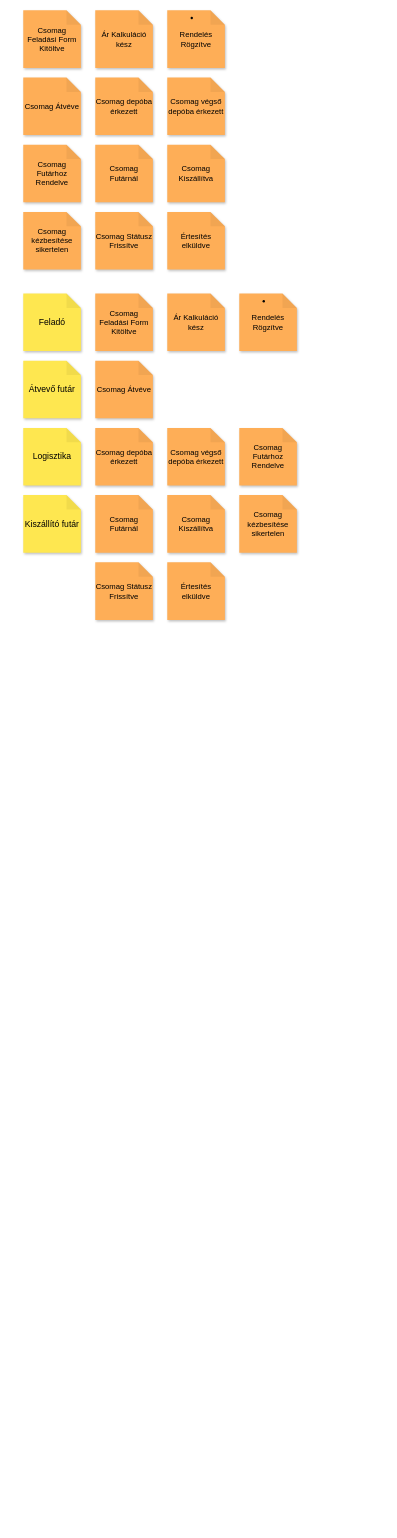
Above: EventStorming.drawio in mackmarton/micro-futar (draw.io), before the change. Source tidied: cells renumbered, new cells numbered last; positions are measured from the earlier drawing's top-left corner, leaving out a move shared by most shapes. Both pictures are drawn from the tidied source at 48%, with x=0, y=0 at pixel (23, 10).
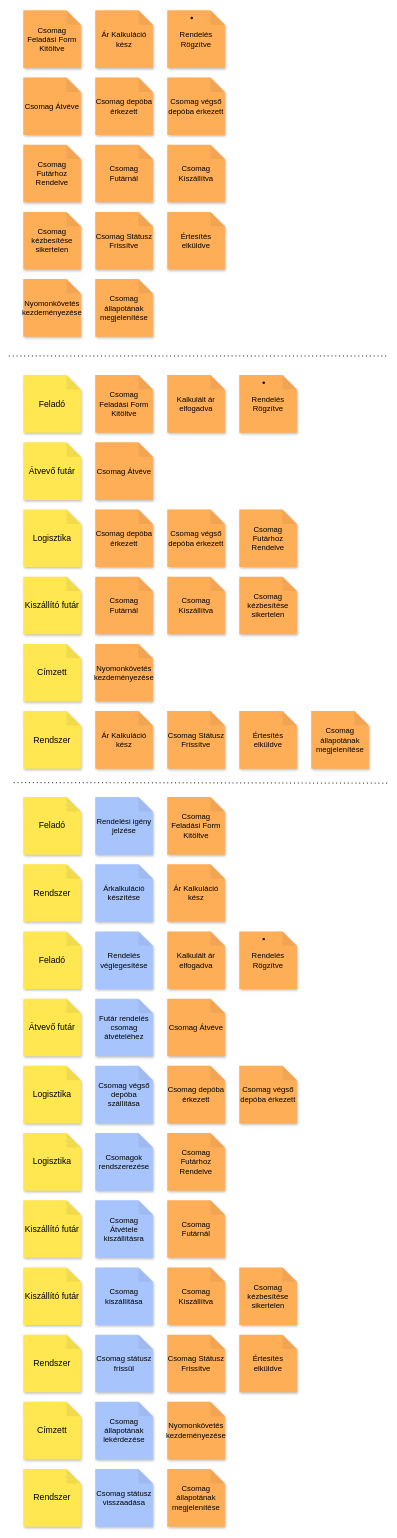
The same page after the edit.

Change to the diagram source:
```diff
@@
     <mxCell id="14" value="Feladó" style="shape=note;whiteSpace=wrap;html=1;backgroundOutline=1;darkOpacity=0.05;fillColor=#FEE750;strokeColor=none;fontSize=18;fontStyle=0;rotation=0;shadow=1;" parent="1" vertex="1">
-      <mxGeometry y="590" width="120" height="120" as="geometry" />
+      <mxGeometry y="760" width="120" height="120" as="geometry" />
     </mxCell>
     <mxCell id="15" value="Csomag Feladási Form Kitöltve" style="shape=note;whiteSpace=wrap;html=1;backgroundOutline=1;darkOpacity=0.05;fillColor=#feae57;strokeColor=none;fontSize=16;fontStyle=0;rotation=0;shadow=1;" parent="1" vertex="1">
-      <mxGeometry x="150" y="590" width="120" height="120" as="geometry" />
+      <mxGeometry x="150" y="760" width="120" height="120" as="geometry" />
     </mxCell>
     <mxCell id="16" value="Ár Kalkuláció kész" style="shape=note;whiteSpace=wrap;html=1;backgroundOutline=1;darkOpacity=0.05;fillColor=#feae57;strokeColor=none;fontSize=16;fontStyle=0;rotation=0;shadow=1;" parent="1" vertex="1">
-      <mxGeometry x="300" y="590" width="120" height="120" as="geometry" />
+      <mxGeometry x="150" y="1460" width="120" height="120" as="geometry" />
     </mxCell>
     <mxCell id="17" value="&lt;li class=&quot;py-0 my-0 prose-p:pt-0 prose-p:mb-2 prose-p:my-0 [&amp;amp;&amp;gt;p]:pt-0 [&amp;amp;&amp;gt;p]:mb-2 [&amp;amp;&amp;gt;p]:my-0&quot;&gt;&lt;br/&gt;&lt;p class=&quot;my-2 [&amp;amp;+p]:mt-4 [&amp;amp;_strong:has(+br)]:inline-block [&amp;amp;_strong:has(+br)]:pb-2&quot;&gt;Rendelés Rögzítve&lt;/p&gt;&lt;br/&gt;&lt;/li&gt;" style="shape=note;whiteSpace=wrap;html=1;backgroundOutline=1;darkOpacity=0.05;fillColor=#feae57;strokeColor=none;fontSize=16;fontStyle=0;rotation=0;shadow=1;" parent="1" vertex="1">
-      <mxGeometry x="450" y="590" width="120" height="120" as="geometry" />
+      <mxGeometry x="450" y="760" width="120" height="120" as="geometry" />
     </mxCell>
     <mxCell id="18" value="Átvevő futár" style="shape=note;whiteSpace=wrap;html=1;backgroundOutline=1;darkOpacity=0.05;fillColor=#FEE750;strokeColor=none;fontSize=18;fontStyle=0;rotation=0;shadow=1;" parent="1" vertex="1">
-      <mxGeometry y="730" width="120" height="120" as="geometry" />
+      <mxGeometry y="900" width="120" height="120" as="geometry" />
     </mxCell>
     <mxCell id="19" value="Csomag Átvéve" style="shape=note;whiteSpace=wrap;html=1;backgroundOutline=1;darkOpacity=0.05;fillColor=#feae57;strokeColor=none;fontSize=16;fontStyle=0;rotation=0;shadow=1;" parent="1" vertex="1">
-      <mxGeometry x="150" y="730" width="120" height="120" as="geometry" />
+      <mxGeometry x="150" y="900" width="120" height="120" as="geometry" />
     </mxCell>
     <mxCell id="20" value="Logisztika" style="shape=note;whiteSpace=wrap;html=1;backgroundOutline=1;darkOpacity=0.05;fillColor=#FEE750;strokeColor=none;fontSize=18;fontStyle=0;rotation=0;shadow=1;" parent="1" vertex="1">
-      <mxGeometry y="870" width="120" height="120" as="geometry" />
+      <mxGeometry y="1040" width="120" height="120" as="geometry" />
     </mxCell>
     <mxCell id="21" value="Csomag depóba érkezett" style="shape=note;whiteSpace=wrap;html=1;backgroundOutline=1;darkOpacity=0.05;fillColor=#feae57;strokeColor=none;fontSize=16;fontStyle=0;rotation=0;shadow=1;" parent="1" vertex="1">
-      <mxGeometry x="150" y="870" width="120" height="120" as="geometry" />
+      <mxGeometry x="150" y="1040" width="120" height="120" as="geometry" />
     </mxCell>
     <mxCell id="22" value="Csomag végső depóba érkezett" style="shape=note;whiteSpace=wrap;html=1;backgroundOutline=1;darkOpacity=0.05;fillColor=#feae57;strokeColor=none;fontSize=16;fontStyle=0;rotation=0;shadow=1;" parent="1" vertex="1">
-      <mxGeometry x="300" y="870" width="120" height="120" as="geometry" />
+      <mxGeometry x="300" y="1040" width="120" height="120" as="geometry" />
     </mxCell>
     <mxCell id="23" value="Csomag Futárhoz Rendelve" style="shape=note;whiteSpace=wrap;html=1;backgroundOutline=1;darkOpacity=0.05;fillColor=#feae57;strokeColor=none;fontSize=16;fontStyle=0;rotation=0;shadow=1;" parent="1" vertex="1">
-      <mxGeometry x="450" y="870" width="120" height="120" as="geometry" />
+      <mxGeometry x="450" y="1040" width="120" height="120" as="geometry" />
     </mxCell>
     <mxCell id="24" value="Kiszállító futár" style="shape=note;whiteSpace=wrap;html=1;backgroundOutline=1;darkOpacity=0.05;fillColor=#FEE750;strokeColor=none;fontSize=18;fontStyle=0;rotation=0;shadow=1;" parent="1" vertex="1">
-      <mxGeometry y="1010" width="120" height="120" as="geometry" />
+      <mxGeometry y="1180" width="120" height="120" as="geometry" />
     </mxCell>
     <mxCell id="25" value="Csomag Futárnál" style="shape=note;whiteSpace=wrap;html=1;backgroundOutline=1;darkOpacity=0.05;fillColor=#feae57;strokeColor=none;fontSize=16;fontStyle=0;rotation=0;shadow=1;" parent="1" vertex="1">
-      <mxGeometry x="150" y="1010" width="120" height="120" as="geometry" />
+      <mxGeometry x="150" y="1180" width="120" height="120" as="geometry" />
     </mxCell>
     <mxCell id="26" value="Csomag Kiszállítva" style="shape=note;whiteSpace=wrap;html=1;backgroundOutline=1;darkOpacity=0.05;fillColor=#feae57;strokeColor=none;fontSize=16;fontStyle=0;rotation=0;shadow=1;" parent="1" vertex="1">
-      <mxGeometry x="300" y="1010" width="120" height="120" as="geometry" />
+      <mxGeometry x="300" y="1180" width="120" height="120" as="geometry" />
     </mxCell>
     <mxCell id="27" value="Csomag kézbesítése sikertelen" style="shape=note;whiteSpace=wrap;html=1;backgroundOutline=1;darkOpacity=0.05;fillColor=#feae57;strokeColor=none;fontSize=16;fontStyle=0;rotation=0;shadow=1;" parent="1" vertex="1">
-      <mxGeometry x="450" y="1010" width="120" height="120" as="geometry" />
+      <mxGeometry x="450" y="1180" width="120" height="120" as="geometry" />
     </mxCell>
     <mxCell id="28" value="Csomag Státusz Frissítve" style="shape=note;whiteSpace=wrap;html=1;backgroundOutline=1;darkOpacity=0.05;fillColor=#feae57;strokeColor=none;fontSize=16;fontStyle=0;rotation=0;shadow=1;" parent="1" vertex="1">
-      <mxGeometry x="150" y="1150" width="120" height="120" as="geometry" />
+      <mxGeometry x="300" y="1460" width="120" height="120" as="geometry" />
     </mxCell>
     <mxCell id="29" value="Értesítés elküldve" style="shape=note;whiteSpace=wrap;html=1;backgroundOutline=1;darkOpacity=0.05;fillColor=#feae57;strokeColor=none;fontSize=16;fontStyle=0;rotation=0;shadow=1;" parent="1" vertex="1">
-      <mxGeometry x="300" y="1150" width="120" height="120" as="geometry" />
+      <mxGeometry x="450" y="1460" width="120" height="120" as="geometry" />
     </mxCell>
+    <mxCell id="30" value="Címzett" style="shape=note;whiteSpace=wrap;html=1;backgroundOutline=1;darkOpacity=0.05;fillColor=#FEE750;strokeColor=none;fontSize=18;fontStyle=0;rotation=0;shadow=1;" parent="1" vertex="1">
+      <mxGeometry y="1320" width="120" height="120" as="geometry" />
+    </mxCell>
+    <mxCell id="31" value="Rendelési igény jelzése" style="shape=note;whiteSpace=wrap;html=1;backgroundOutline=1;darkOpacity=0.05;fillColor=#a7c5fc;strokeColor=none;fontSize=16;fontStyle=0;rotation=0;shadow=1;" parent="1" vertex="1">
+      <mxGeometry x="150" y="1639" width="120" height="120" as="geometry" />
+    </mxCell>
+    <mxCell id="32" value="Kalkulált ár elfogadva" style="shape=note;whiteSpace=wrap;html=1;backgroundOutline=1;darkOpacity=0.05;fillColor=#feae57;strokeColor=none;fontSize=16;fontStyle=0;rotation=0;shadow=1;" parent="1" vertex="1">
+      <mxGeometry x="300" y="760" width="120" height="120" as="geometry" />
+    </mxCell>
+    <mxCell id="33" value="Csomag Feladási Form Kitöltve" style="shape=note;whiteSpace=wrap;html=1;backgroundOutline=1;darkOpacity=0.05;fillColor=#feae57;strokeColor=none;fontSize=16;fontStyle=0;rotation=0;shadow=1;" parent="1" vertex="1">
+      <mxGeometry x="300" y="1639" width="120" height="120" as="geometry" />
+    </mxCell>
+    <mxCell id="34" value="Kalkulált ár elfogadva" style="shape=note;whiteSpace=wrap;html=1;backgroundOutline=1;darkOpacity=0.05;fillColor=#feae57;strokeColor=none;fontSize=16;fontStyle=0;rotation=0;shadow=1;" parent="1" vertex="1">
+      <mxGeometry x="300" y="1919" width="120" height="120" as="geometry" />
+    </mxCell>
+    <mxCell id="35" value="Árkalkuláció készítése" style="shape=note;whiteSpace=wrap;html=1;backgroundOutline=1;darkOpacity=0.05;fillColor=#a7c5fc;strokeColor=none;fontSize=16;fontStyle=0;rotation=0;shadow=1;" parent="1" vertex="1">
+      <mxGeometry x="150" y="1779" width="120" height="120" as="geometry" />
+    </mxCell>
+    <mxCell id="36" value="Ár Kalkuláció kész" style="shape=note;whiteSpace=wrap;html=1;backgroundOutline=1;darkOpacity=0.05;fillColor=#feae57;strokeColor=none;fontSize=16;fontStyle=0;rotation=0;shadow=1;" parent="1" vertex="1">
+      <mxGeometry x="300" y="1779" width="120" height="120" as="geometry" />
+    </mxCell>
+    <mxCell id="37" value="Rendelés véglegesítése" style="shape=note;whiteSpace=wrap;html=1;backgroundOutline=1;darkOpacity=0.05;fillColor=#a7c5fc;strokeColor=none;fontSize=16;fontStyle=0;rotation=0;shadow=1;" parent="1" vertex="1">
+      <mxGeometry x="150" y="1919" width="120" height="120" as="geometry" />
+    </mxCell>
+    <mxCell id="38" value="&lt;li class=&quot;py-0 my-0 prose-p:pt-0 prose-p:mb-2 prose-p:my-0 [&amp;amp;&amp;gt;p]:pt-0 [&amp;amp;&amp;gt;p]:mb-2 [&amp;amp;&amp;gt;p]:my-0&quot;&gt;&lt;br/&gt;&lt;p class=&quot;my-2 [&amp;amp;+p]:mt-4 [&amp;amp;_strong:has(+br)]:inline-block [&amp;amp;_strong:has(+br)]:pb-2&quot;&gt;Rendelés Rögzítve&lt;/p&gt;&lt;br/&gt;&lt;/li&gt;" style="shape=note;whiteSpace=wrap;html=1;backgroundOutline=1;darkOpacity=0.05;fillColor=#feae57;strokeColor=none;fontSize=16;fontStyle=0;rotation=0;shadow=1;" parent="1" vertex="1">
+      <mxGeometry x="450" y="1919" width="120" height="120" as="geometry" />
+    </mxCell>
+    <mxCell id="39" value="Futár rendelés csomag átvételéhez" style="shape=note;whiteSpace=wrap;html=1;backgroundOutline=1;darkOpacity=0.05;fillColor=#a7c5fc;strokeColor=none;fontSize=16;fontStyle=0;rotation=0;shadow=1;" parent="1" vertex="1">
+      <mxGeometry x="150" y="2059" width="120" height="120" as="geometry" />
+    </mxCell>
+    <mxCell id="40" value="Csomag Átvéve" style="shape=note;whiteSpace=wrap;html=1;backgroundOutline=1;darkOpacity=0.05;fillColor=#feae57;strokeColor=none;fontSize=16;fontStyle=0;rotation=0;shadow=1;" parent="1" vertex="1">
+      <mxGeometry x="300" y="2059" width="120" height="120" as="geometry" />
+    </mxCell>
+    <mxCell id="41" value="Csomag végső depóba szállítása" style="shape=note;whiteSpace=wrap;html=1;backgroundOutline=1;darkOpacity=0.05;fillColor=#a7c5fc;strokeColor=none;fontSize=16;fontStyle=0;rotation=0;shadow=1;" parent="1" vertex="1">
+      <mxGeometry x="150" y="2199" width="120" height="120" as="geometry" />
+    </mxCell>
+    <mxCell id="42" value="Csomag depóba érkezett" style="shape=note;whiteSpace=wrap;html=1;backgroundOutline=1;darkOpacity=0.05;fillColor=#feae57;strokeColor=none;fontSize=16;fontStyle=0;rotation=0;shadow=1;" parent="1" vertex="1">
+      <mxGeometry x="300" y="2199" width="120" height="120" as="geometry" />
+    </mxCell>
+    <mxCell id="43" value="Csomag végső depóba érkezett" style="shape=note;whiteSpace=wrap;html=1;backgroundOutline=1;darkOpacity=0.05;fillColor=#feae57;strokeColor=none;fontSize=16;fontStyle=0;rotation=0;shadow=1;" parent="1" vertex="1">
+      <mxGeometry x="450" y="2199" width="120" height="120" as="geometry" />
+    </mxCell>
+    <mxCell id="44" value="Csomagok rendszerezése" style="shape=note;whiteSpace=wrap;html=1;backgroundOutline=1;darkOpacity=0.05;fillColor=#a7c5fc;strokeColor=none;fontSize=16;fontStyle=0;rotation=0;shadow=1;" parent="1" vertex="1">
+      <mxGeometry x="150" y="2339" width="120" height="120" as="geometry" />
+    </mxCell>
+    <mxCell id="45" value="Csomag Futárhoz Rendelve" style="shape=note;whiteSpace=wrap;html=1;backgroundOutline=1;darkOpacity=0.05;fillColor=#feae57;strokeColor=none;fontSize=16;fontStyle=0;rotation=0;shadow=1;" parent="1" vertex="1">
+      <mxGeometry x="300" y="2339" width="120" height="120" as="geometry" />
+    </mxCell>
+    <mxCell id="46" style="endArrow=none;dashed=1;html=1;dashPattern=1 3;strokeWidth=2;rounded=0;" parent="1" edge="1">
+      <mxGeometry relative="1" as="geometry">
+        <mxPoint x="-30" y="720" as="sourcePoint" />
+        <mxPoint x="760" y="720" as="targetPoint" />
+      </mxGeometry>
+    </mxCell>
+    <mxCell id="47" style="endArrow=none;dashed=1;html=1;dashPattern=1 3;strokeWidth=2;rounded=0;" parent="1" edge="1">
+      <mxGeometry relative="1" as="geometry">
+        <mxPoint x="-20" y="1609" as="sourcePoint" />
+        <mxPoint x="760" y="1610" as="targetPoint" />
+      </mxGeometry>
+    </mxCell>
+    <mxCell id="48" value="Csomag Átvétele kiszállításra" style="shape=note;whiteSpace=wrap;html=1;backgroundOutline=1;darkOpacity=0.05;fillColor=#a7c5fc;strokeColor=none;fontSize=16;fontStyle=0;rotation=0;shadow=1;" parent="1" vertex="1">
+      <mxGeometry x="150" y="2479" width="120" height="120" as="geometry" />
+    </mxCell>
+    <mxCell id="49" value="Csomag Futárnál" style="shape=note;whiteSpace=wrap;html=1;backgroundOutline=1;darkOpacity=0.05;fillColor=#feae57;strokeColor=none;fontSize=16;fontStyle=0;rotation=0;shadow=1;" parent="1" vertex="1">
+      <mxGeometry x="300" y="2479" width="120" height="120" as="geometry" />
+    </mxCell>
+    <mxCell id="50" value="Csomag kézbesítése sikertelen" style="shape=note;whiteSpace=wrap;html=1;backgroundOutline=1;darkOpacity=0.05;fillColor=#feae57;strokeColor=none;fontSize=16;fontStyle=0;rotation=0;shadow=1;" parent="1" vertex="1">
+      <mxGeometry x="450" y="2619" width="120" height="120" as="geometry" />
+    </mxCell>
+    <mxCell id="51" value="Csomag státusz frissül" style="shape=note;whiteSpace=wrap;html=1;backgroundOutline=1;darkOpacity=0.05;fillColor=#a7c5fc;strokeColor=none;fontSize=16;fontStyle=0;rotation=0;shadow=1;" parent="1" vertex="1">
+      <mxGeometry x="150" y="2759" width="120" height="120" as="geometry" />
+    </mxCell>
+    <mxCell id="52" value="Csomag Státusz Frissítve" style="shape=note;whiteSpace=wrap;html=1;backgroundOutline=1;darkOpacity=0.05;fillColor=#feae57;strokeColor=none;fontSize=16;fontStyle=0;rotation=0;shadow=1;" parent="1" vertex="1">
+      <mxGeometry x="300" y="2759" width="120" height="120" as="geometry" />
+    </mxCell>
+    <mxCell id="53" value="Értesítés elküldve" style="shape=note;whiteSpace=wrap;html=1;backgroundOutline=1;darkOpacity=0.05;fillColor=#feae57;strokeColor=none;fontSize=16;fontStyle=0;rotation=0;shadow=1;" parent="1" vertex="1">
+      <mxGeometry x="450" y="2759" width="120" height="120" as="geometry" />
+    </mxCell>
+    <mxCell id="54" value="Csomag kiszállítása" style="shape=note;whiteSpace=wrap;html=1;backgroundOutline=1;darkOpacity=0.05;fillColor=#a7c5fc;strokeColor=none;fontSize=16;fontStyle=0;rotation=0;shadow=1;" parent="1" vertex="1">
+      <mxGeometry x="150" y="2619" width="120" height="120" as="geometry" />
+    </mxCell>
+    <mxCell id="55" value="Csomag Kiszállítva" style="shape=note;whiteSpace=wrap;html=1;backgroundOutline=1;darkOpacity=0.05;fillColor=#feae57;strokeColor=none;fontSize=16;fontStyle=0;rotation=0;shadow=1;" parent="1" vertex="1">
+      <mxGeometry x="300" y="2619" width="120" height="120" as="geometry" />
+    </mxCell>
+    <mxCell id="56" value="Feladó" style="shape=note;whiteSpace=wrap;html=1;backgroundOutline=1;darkOpacity=0.05;fillColor=#FEE750;strokeColor=none;fontSize=18;fontStyle=0;rotation=0;shadow=1;" parent="1" vertex="1">
+      <mxGeometry y="1639" width="120" height="120" as="geometry" />
+    </mxCell>
+    <mxCell id="57" value="&lt;div&gt;Rendszer&lt;/div&gt;" style="shape=note;whiteSpace=wrap;html=1;backgroundOutline=1;darkOpacity=0.05;fillColor=#FEE750;strokeColor=none;fontSize=18;fontStyle=0;rotation=0;shadow=1;" parent="1" vertex="1">
+      <mxGeometry y="1779" width="120" height="120" as="geometry" />
+    </mxCell>
+    <mxCell id="58" value="Feladó" style="shape=note;whiteSpace=wrap;html=1;backgroundOutline=1;darkOpacity=0.05;fillColor=#FEE750;strokeColor=none;fontSize=18;fontStyle=0;rotation=0;shadow=1;" parent="1" vertex="1">
+      <mxGeometry y="1919" width="120" height="120" as="geometry" />
+    </mxCell>
+    <mxCell id="59" value="Átvevő futár" style="shape=note;whiteSpace=wrap;html=1;backgroundOutline=1;darkOpacity=0.05;fillColor=#FEE750;strokeColor=none;fontSize=18;fontStyle=0;rotation=0;shadow=1;" parent="1" vertex="1">
+      <mxGeometry y="2059" width="120" height="120" as="geometry" />
+    </mxCell>
+    <mxCell id="60" value="Logisztika" style="shape=note;whiteSpace=wrap;html=1;backgroundOutline=1;darkOpacity=0.05;fillColor=#FEE750;strokeColor=none;fontSize=18;fontStyle=0;rotation=0;shadow=1;" parent="1" vertex="1">
+      <mxGeometry y="2199" width="120" height="120" as="geometry" />
+    </mxCell>
+    <mxCell id="61" value="Logisztika" style="shape=note;whiteSpace=wrap;html=1;backgroundOutline=1;darkOpacity=0.05;fillColor=#FEE750;strokeColor=none;fontSize=18;fontStyle=0;rotation=0;shadow=1;" parent="1" vertex="1">
+      <mxGeometry y="2339" width="120" height="120" as="geometry" />
+    </mxCell>
+    <mxCell id="62" value="Kiszállító futár" style="shape=note;whiteSpace=wrap;html=1;backgroundOutline=1;darkOpacity=0.05;fillColor=#FEE750;strokeColor=none;fontSize=18;fontStyle=0;rotation=0;shadow=1;" parent="1" vertex="1">
+      <mxGeometry y="2479" width="120" height="120" as="geometry" />
+    </mxCell>
+    <mxCell id="63" value="Kiszállító futár" style="shape=note;whiteSpace=wrap;html=1;backgroundOutline=1;darkOpacity=0.05;fillColor=#FEE750;strokeColor=none;fontSize=18;fontStyle=0;rotation=0;shadow=1;" parent="1" vertex="1">
+      <mxGeometry y="2619" width="120" height="120" as="geometry" />
+    </mxCell>
+    <mxCell id="64" value="&lt;div&gt;Rendszer&lt;/div&gt;" style="shape=note;whiteSpace=wrap;html=1;backgroundOutline=1;darkOpacity=0.05;fillColor=#FEE750;strokeColor=none;fontSize=18;fontStyle=0;rotation=0;shadow=1;" parent="1" vertex="1">
+      <mxGeometry y="2759" width="120" height="120" as="geometry" />
+    </mxCell>
+    <mxCell id="65" value="Nyomonkövetés kezdeményezése" style="shape=note;whiteSpace=wrap;html=1;backgroundOutline=1;darkOpacity=0.05;fillColor=#feae57;strokeColor=none;fontSize=16;fontStyle=0;rotation=0;shadow=1;" parent="1" vertex="1">
+      <mxGeometry y="560" width="120" height="120" as="geometry" />
+    </mxCell>
+    <mxCell id="66" value="Csomag állapotának megjelenítése" style="shape=note;whiteSpace=wrap;html=1;backgroundOutline=1;darkOpacity=0.05;fillColor=#feae57;strokeColor=none;fontSize=16;fontStyle=0;rotation=0;shadow=1;" parent="1" vertex="1">
+      <mxGeometry x="150" y="560" width="120" height="120" as="geometry" />
+    </mxCell>
+    <mxCell id="67" value="&lt;div&gt;Rendszer&lt;/div&gt;" style="shape=note;whiteSpace=wrap;html=1;backgroundOutline=1;darkOpacity=0.05;fillColor=#FEE750;strokeColor=none;fontSize=18;fontStyle=0;rotation=0;shadow=1;" parent="1" vertex="1">
+      <mxGeometry y="1460" width="120" height="120" as="geometry" />
+    </mxCell>
+    <mxCell id="68" value="Nyomonkövetés kezdeményezése" style="shape=note;whiteSpace=wrap;html=1;backgroundOutline=1;darkOpacity=0.05;fillColor=#feae57;strokeColor=none;fontSize=16;fontStyle=0;rotation=0;shadow=1;" parent="1" vertex="1">
+      <mxGeometry x="150" y="1320" width="120" height="120" as="geometry" />
+    </mxCell>
+    <mxCell id="69" value="Csomag állapotának megjelenítése" style="shape=note;whiteSpace=wrap;html=1;backgroundOutline=1;darkOpacity=0.05;fillColor=#feae57;strokeColor=none;fontSize=16;fontStyle=0;rotation=0;shadow=1;" parent="1" vertex="1">
+      <mxGeometry x="600" y="1460" width="120" height="120" as="geometry" />
+    </mxCell>
+    <mxCell id="70" value="Csomag állapotának lekérdezése" style="shape=note;whiteSpace=wrap;html=1;backgroundOutline=1;darkOpacity=0.05;fillColor=#a7c5fc;strokeColor=none;fontSize=16;fontStyle=0;rotation=0;shadow=1;" parent="1" vertex="1">
+      <mxGeometry x="150" y="2899" width="120" height="120" as="geometry" />
+    </mxCell>
+    <mxCell id="71" value="Nyomonkövetés kezdeményezése" style="shape=note;whiteSpace=wrap;html=1;backgroundOutline=1;darkOpacity=0.05;fillColor=#feae57;strokeColor=none;fontSize=16;fontStyle=0;rotation=0;shadow=1;" parent="1" vertex="1">
+      <mxGeometry x="300" y="2899" width="120" height="120" as="geometry" />
+    </mxCell>
+    <mxCell id="72" value="Címzett" style="shape=note;whiteSpace=wrap;html=1;backgroundOutline=1;darkOpacity=0.05;fillColor=#FEE750;strokeColor=none;fontSize=18;fontStyle=0;rotation=0;shadow=1;" parent="1" vertex="1">
+      <mxGeometry y="2899" width="120" height="120" as="geometry" />
+    </mxCell>
+    <mxCell id="73" value="&lt;div&gt;Csomag státusz visszaadása&lt;/div&gt;" style="shape=note;whiteSpace=wrap;html=1;backgroundOutline=1;darkOpacity=0.05;fillColor=#a7c5fc;strokeColor=none;fontSize=16;fontStyle=0;rotation=0;shadow=1;" parent="1" vertex="1">
+      <mxGeometry x="150" y="3039" width="120" height="120" as="geometry" />
+    </mxCell>
+    <mxCell id="74" value="Csomag állapotának megjelenítése" style="shape=note;whiteSpace=wrap;html=1;backgroundOutline=1;darkOpacity=0.05;fillColor=#feae57;strokeColor=none;fontSize=16;fontStyle=0;rotation=0;shadow=1;" parent="1" vertex="1">
+      <mxGeometry x="300" y="3039" width="120" height="120" as="geometry" />
+    </mxCell>
+    <mxCell id="75" value="&lt;div&gt;Rendszer&lt;/div&gt;" style="shape=note;whiteSpace=wrap;html=1;backgroundOutline=1;darkOpacity=0.05;fillColor=#FEE750;strokeColor=none;fontSize=18;fontStyle=0;rotation=0;shadow=1;" parent="1" vertex="1">
+      <mxGeometry y="3039" width="120" height="120" as="geometry" />
+    </mxCell>
```
